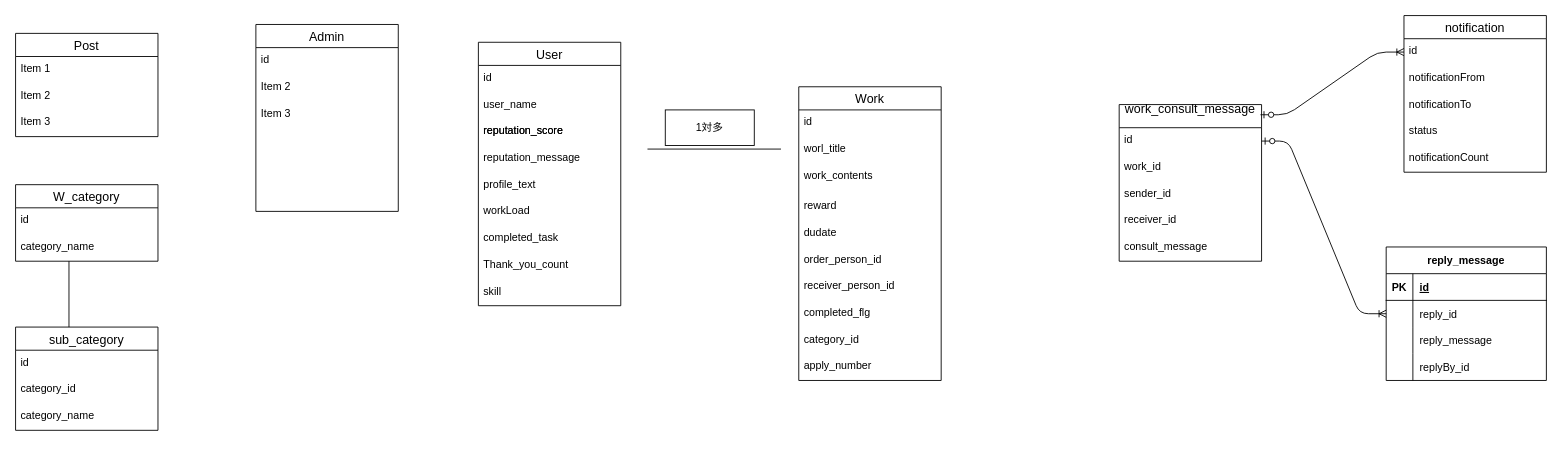
Above: db.dio in shotaPro/WorkApp (draw.io), before the change. Source tidied: cells renumbered, new cells numbered last; positions are measured from the earlier drawing's top-left corner, leaving out a move shared by most shapes. Both pictures are drawn from the tidied source at 89%, with x=0, y=0 at pixel (15, 15).
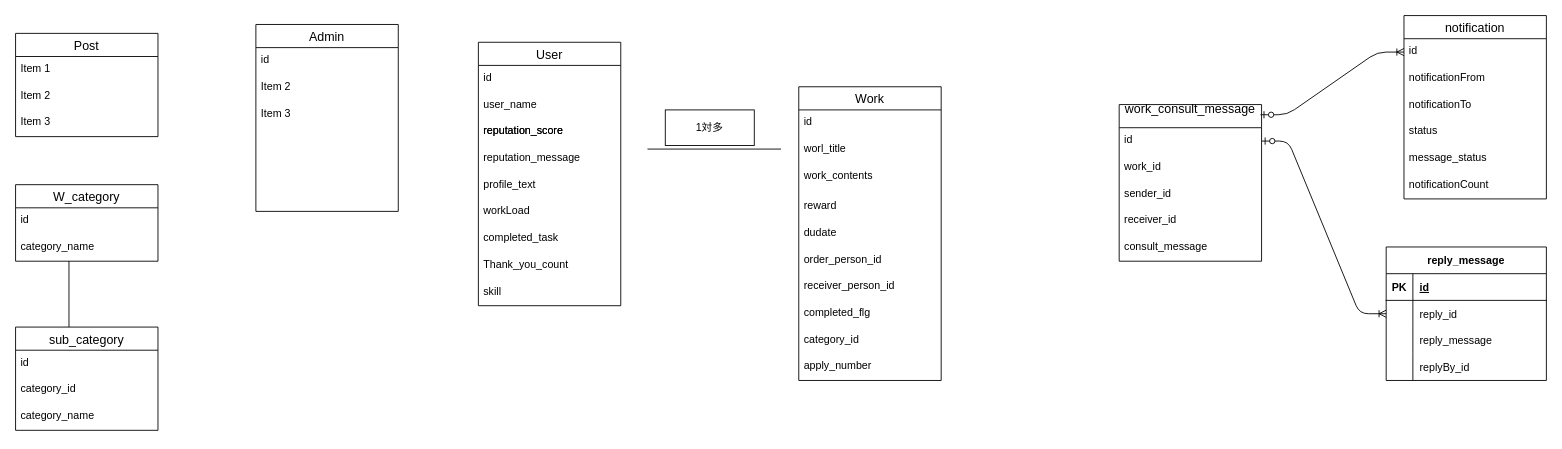
The same page after the edit.

The edit, as a diff of the source:
```diff
@@
     <mxCell id="48" value="notification" style="swimlane;fontStyle=0;horizontal=1;startSize=26;align=center;fontSize=14;" parent="1" vertex="1">
-      <mxGeometry x="1560" width="160" height="176" as="geometry" />
+      <mxGeometry x="1560" width="160" height="206" as="geometry" />
     </mxCell>
@@
+    <mxCell id="69" value="message_status&#10;" style="text;strokeColor=none;fillColor=none;spacingLeft=4;spacingRight=4;overflow=hidden;fontSize=12;" parent="48" vertex="1">
+      <mxGeometry y="146" width="160" height="30" as="geometry" />
+    </mxCell>
     <mxCell id="53" value="notificationCount" style="text;strokeColor=none;fillColor=none;spacingLeft=4;spacingRight=4;overflow=hidden;fontSize=12;" parent="48" vertex="1">
-      <mxGeometry y="146" width="160" height="30" as="geometry" />
+      <mxGeometry y="176" width="160" height="30" as="geometry" />
     </mxCell>
```
